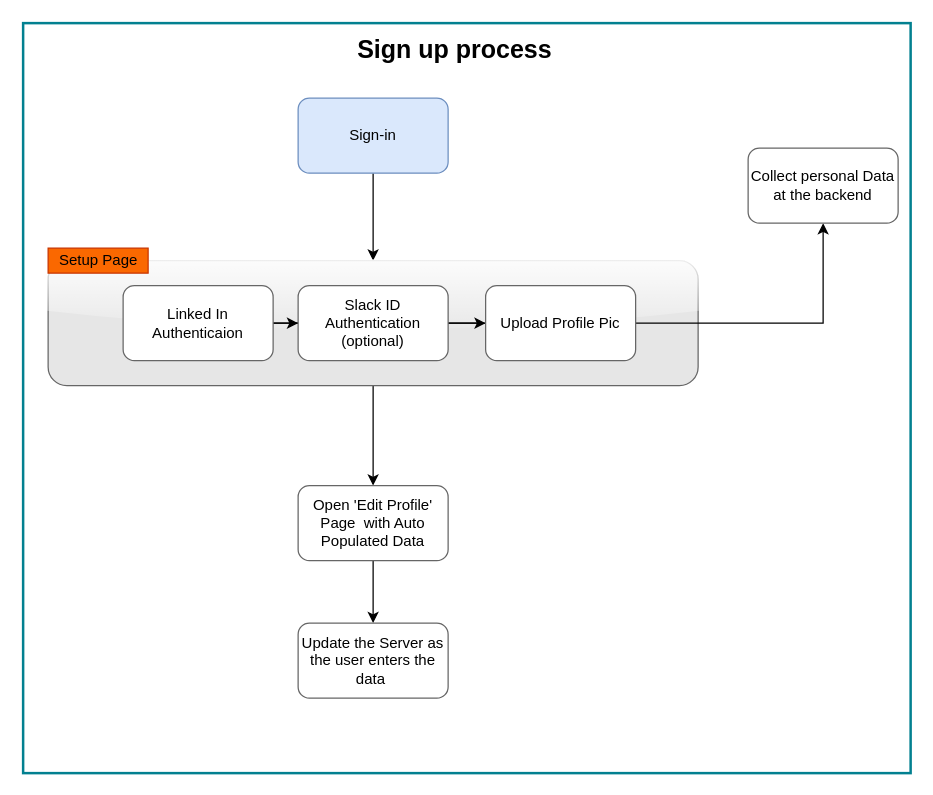
Arunideas/draw.io keeps this draw.io diagram as page "Sign up process for Trainers" (2 of 2) of sample.drawio. Above is the earlier version. Source tidied: cells renumbered, new cells numbered last; positions are measured from the earlier drawing's top-left corner, leaving out a move shared by most shapes. Both pictures are drawn from the tidied source at 125%, with x=0, y=0 at pixel (22, 22).
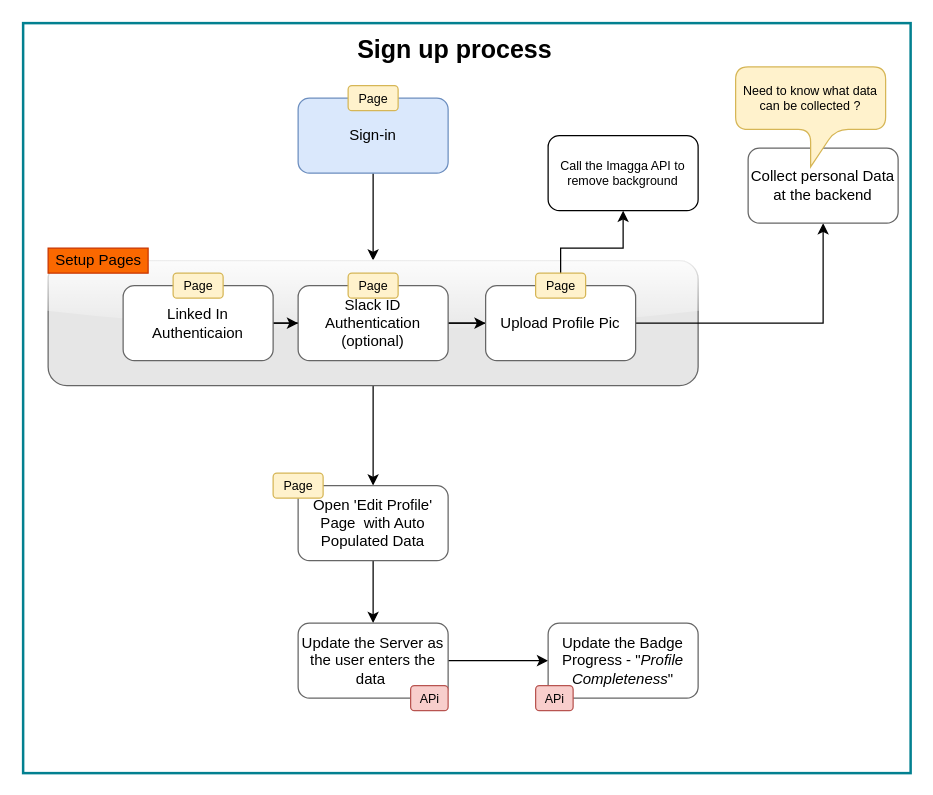
After the change.

Commit message (it also covers changes not shown here):
Added Badge update API, Imagga API

The change refers to these unchanged cells:
```xml
<mxCell id="14" value="Upload Profile Pic" style="whiteSpace=wrap;html=1;strokeColor=#666666;rounded=1;strokeWidth=1;" parent="1" vertex="1">
  <mxGeometry x="370" y="210" width="120" height="60" as="geometry" />
</mxCell>
<mxCell id="16" value="Update the Server as the user enters the data&amp;nbsp;" style="whiteSpace=wrap;html=1;strokeColor=#666666;rounded=1;strokeWidth=1;" parent="1" vertex="1">
  <mxGeometry x="220" y="480" width="120" height="60" as="geometry" />
</mxCell>
```

The edit, as a diff of the source:
```diff
@@
+    <mxCell id="19" style="edgeStyle=orthogonalEdgeStyle;rounded=0;jettySize=auto;html=1;fontSize=10;" parent="1" edge="1" source="14" target="30">
+      <mxGeometry relative="1" as="geometry" />
+    </mxCell>
@@
+    <mxCell id="20" style="edgeStyle=orthogonalEdgeStyle;rounded=0;jettySize=auto;html=1;fontSize=10;" parent="1" edge="1" source="16" target="26">
+      <mxGeometry relative="1" as="geometry" />
+    </mxCell>
@@
-    <mxCell id="17" value="Setup Page" style="text;html=1;align=center;verticalAlign=middle;strokeColor=#C73500;fillColor=#fa6800;fontSize=12;fontColor=#000000;" parent="1" vertex="1">
+    <mxCell id="17" value="Setup Pages" style="text;html=1;align=center;verticalAlign=middle;strokeColor=#C73500;fillColor=#fa6800;fontSize=12;fontColor=#000000;" parent="1" vertex="1">
       <mxGeometry x="20" y="180" width="80" height="20" as="geometry" />
     </mxCell>
@@
+    <mxCell id="21" value="Page" style="text;html=1;align=center;verticalAlign=middle;strokeColor=#d6b656;fillColor=#fff2cc;fontSize=10;rounded=1;" parent="1" vertex="1">
+      <mxGeometry x="120" y="200" width="40" height="20" as="geometry" />
+    </mxCell>
+    <mxCell id="22" value="Page" style="text;html=1;align=center;verticalAlign=middle;strokeColor=#d6b656;fillColor=#fff2cc;fontSize=10;rounded=1;" parent="1" vertex="1">
+      <mxGeometry x="260" y="200" width="40" height="20" as="geometry" />
+    </mxCell>
+    <mxCell id="23" value="Page" style="text;html=1;align=center;verticalAlign=middle;strokeColor=#d6b656;fillColor=#fff2cc;fontSize=10;rounded=1;" parent="1" vertex="1">
+      <mxGeometry x="410" y="200" width="40" height="20" as="geometry" />
+    </mxCell>
+    <mxCell id="24" value="Page" style="text;html=1;align=center;verticalAlign=middle;strokeColor=#d6b656;fillColor=#fff2cc;fontSize=10;rounded=1;" parent="1" vertex="1">
+      <mxGeometry x="260" y="50" width="40" height="20" as="geometry" />
+    </mxCell>
+    <mxCell id="25" value="Page" style="text;html=1;align=center;verticalAlign=middle;strokeColor=#d6b656;fillColor=#fff2cc;fontSize=10;rounded=1;" parent="1" vertex="1">
+      <mxGeometry x="200" y="360" width="40" height="20" as="geometry" />
+    </mxCell>
+    <mxCell id="26" value="Update the Badge Progress - &quot;&lt;i&gt;Profile Completeness&lt;/i&gt;&quot;" style="whiteSpace=wrap;html=1;strokeColor=#666666;rounded=1;strokeWidth=1;" parent="1" vertex="1">
+      <mxGeometry x="420" y="480" width="120" height="60" as="geometry" />
+    </mxCell>
+    <mxCell id="27" value="APi" style="text;html=1;align=center;verticalAlign=middle;strokeColor=#b85450;fillColor=#f8cecc;fontSize=10;rounded=1;" parent="1" vertex="1">
+      <mxGeometry x="310" y="530" width="30" height="20" as="geometry" />
+    </mxCell>
+    <mxCell id="28" value="APi" style="text;html=1;align=center;verticalAlign=middle;strokeColor=#b85450;fillColor=#f8cecc;fontSize=10;rounded=1;" parent="1" vertex="1">
+      <mxGeometry x="410" y="530" width="30" height="20" as="geometry" />
+    </mxCell>
+    <mxCell id="29" value="Need to know what data can be collected ?" style="shape=callout;whiteSpace=wrap;html=1;perimeter=calloutPerimeter;rounded=1;fontSize=10;fillColor=#fff2cc;strokeColor=#d6b656;" parent="1" vertex="1">
+      <mxGeometry x="570" y="35" width="120" height="80" as="geometry" />
+    </mxCell>
+    <mxCell id="30" value="Call the Imagga API to remove background" style="rounded=1;whiteSpace=wrap;html=1;fontSize=10;" parent="1" vertex="1">
+      <mxGeometry x="420" y="90" width="120" height="60" as="geometry" />
+    </mxCell>
```
